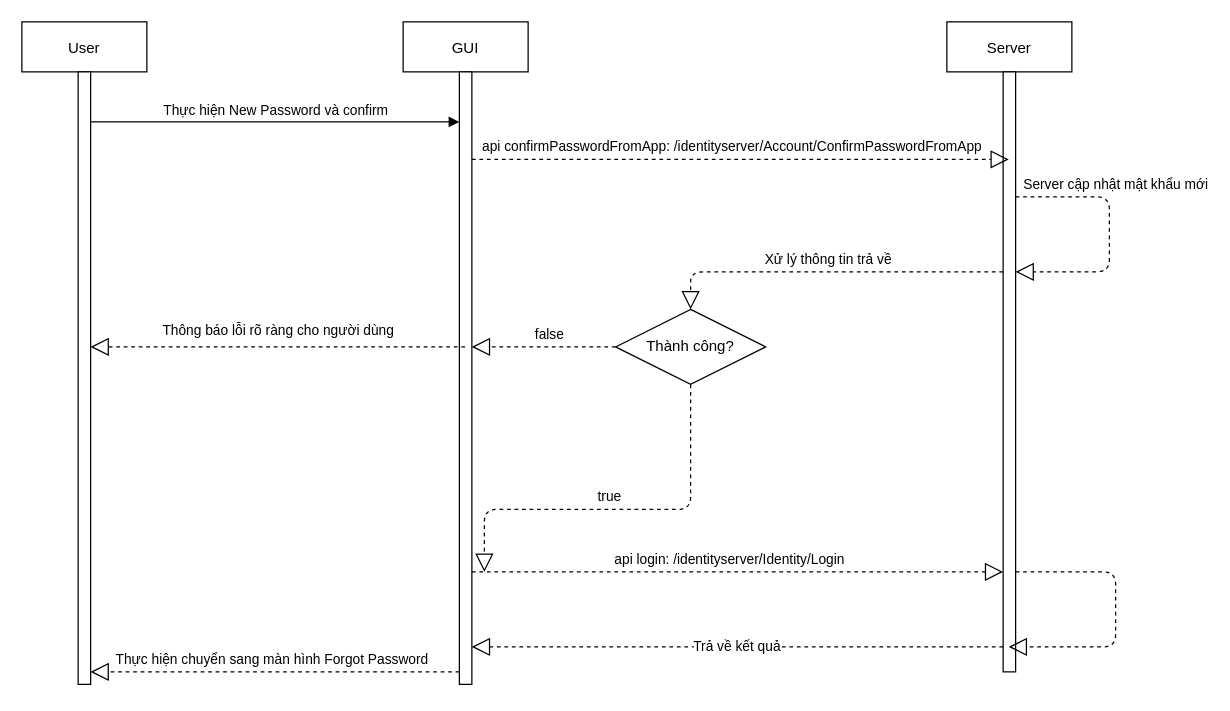
The draw.io diagram page "FPUpdate" (4 of 4) of ForgotPassword Sequence Diagram.drawio in Alars99/diagram, before the edit. Source tidied: cells renumbered, new cells numbered last; positions are measured from the earlier drawing's top-left corner, leaving out a move shared by most shapes. Both pictures are drawn from the tidied source at 125%, with x=0, y=0 at pixel (21, 21).
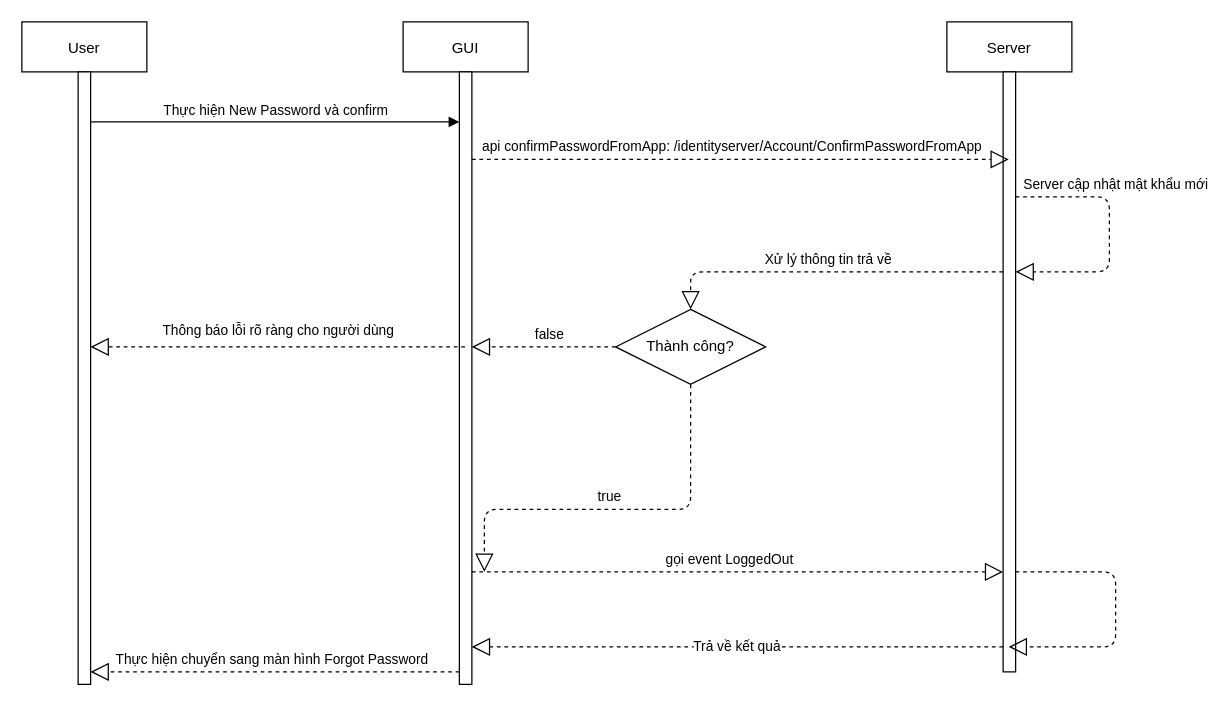
Above is the later version.

Unchanged cells that the change refers to:
```xml
<mxCell id="5" style="points=[];perimeter=orthogonalPerimeter;rounded=0;shadow=0;strokeWidth=1;" parent="4" vertex="1">
  <mxGeometry x="45" y="40" width="10" height="490" as="geometry" />
</mxCell>
<mxCell id="7" style="points=[];perimeter=orthogonalPerimeter;rounded=0;shadow=0;strokeWidth=1;" parent="6" vertex="1">
  <mxGeometry x="45" y="40" width="10" height="480" as="geometry" />
</mxCell>
```

Change to the diagram source:
```diff
@@
-    <mxCell id="17" value="api login:&amp;nbsp;/identityserver/Identity/Login" style="endArrow=block;dashed=1;endFill=0;endSize=12;html=1;" parent="1" edge="1" source="5" target="7">
+    <mxCell id="17" value="gọi event LoggedOut" style="endArrow=block;dashed=1;endFill=0;endSize=12;html=1;" parent="1" edge="1" source="5" target="7">
       <mxGeometry x="-0.03" y="10" relative="1" as="geometry">
         <Array as="points">
           <mxPoint x="590" y="440" />
         </Array>
       </mxGeometry>
     </mxCell>
```
